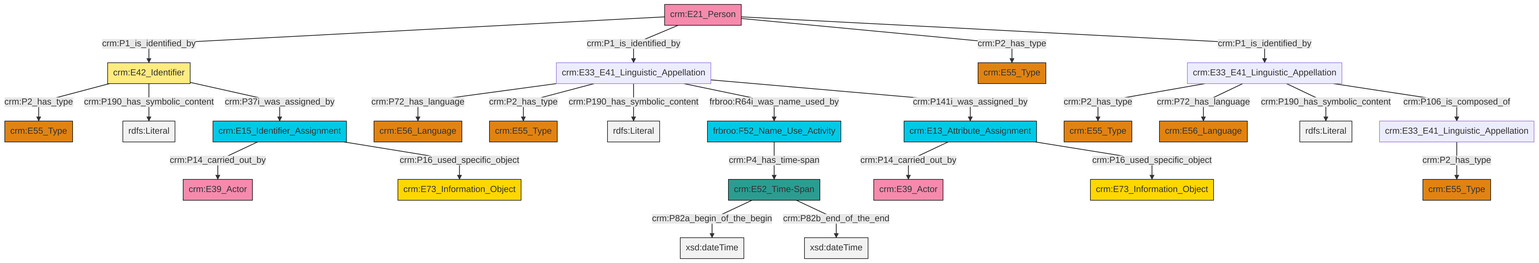
Above: et/personCSV/ttl/mmd/png/Person_Names_and_Classification.png in swiss-art-research-net/docs.swissartresearch (Mermaid), before the change. Its source is kept beside it as et/personCSV/ttl/mmd/Person_Names_and_Classification.ttl.mmd.
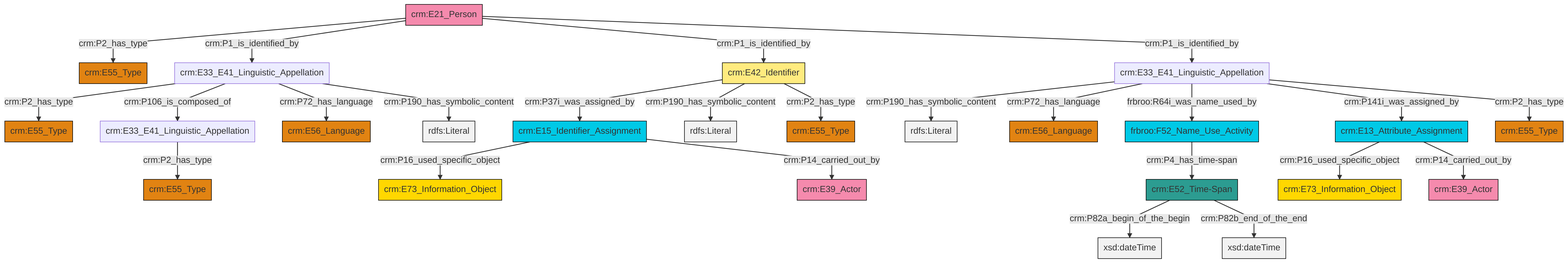
The same diagram one commit later.

Change to the diagram source:
```diff
@@ -13,27 +13,27 @@
 classDef PC_Classes fill:#4ce600, stroke:#000000;
 classDef Multi fill:#cccccc,stroke:#000000;
 
-4["crm:E15_Identifier_Assignment"]:::Temporal_Entity -->|crm:P14_carried_out_by| 5["crm:E39_Actor"]:::Actor
-6["crm:E52_Time-Span"]:::Time-Span -->|crm:P82a_begin_of_the_begin| 7[xsd:dateTime]:::Literal
-2["crm:E33_E41_Linguistic_Appellation"]:::Default -->|crm:P72_has_language| 9["crm:E56_Language"]:::Type
-11["crm:E21_Person"]:::Actor -->|crm:P1_is_identified_by| 12["crm:E42_Identifier"]:::Appellation
-2["crm:E33_E41_Linguistic_Appellation"]:::Default -->|crm:P2_has_type| 15["crm:E55_Type"]:::Type
-0["frbroo:F52_Name_Use_Activity"]:::Temporal_Entity -->|crm:P4_has_time-span| 6["crm:E52_Time-Span"]:::Time-Span
-11["crm:E21_Person"]:::Actor -->|crm:P1_is_identified_by| 2["crm:E33_E41_Linguistic_Appellation"]:::Default
-22["crm:E33_E41_Linguistic_Appellation"]:::Default -->|crm:P2_has_type| 13["crm:E55_Type"]:::Type
-12["crm:E42_Identifier"]:::Appellation -->|crm:P2_has_type| 23["crm:E55_Type"]:::Type
-11["crm:E21_Person"]:::Actor -->|crm:P2_has_type| 24["crm:E55_Type"]:::Type
-6["crm:E52_Time-Span"]:::Time-Span -->|crm:P82b_end_of_the_end| 27[xsd:dateTime]:::Literal
-11["crm:E21_Person"]:::Actor -->|crm:P1_is_identified_by| 22["crm:E33_E41_Linguistic_Appellation"]:::Default
-30["crm:E33_E41_Linguistic_Appellation"]:::Default -->|crm:P2_has_type| 17["crm:E55_Type"]:::Type
-12["crm:E42_Identifier"]:::Appellation -->|crm:P190_has_symbolic_content| 34[rdfs:Literal]:::Literal
-2["crm:E33_E41_Linguistic_Appellation"]:::Default -->|crm:P190_has_symbolic_content| 39[rdfs:Literal]:::Literal
-32["crm:E13_Attribute_Assignment"]:::Temporal_Entity -->|crm:P14_carried_out_by| 20["crm:E39_Actor"]:::Actor
-22["crm:E33_E41_Linguistic_Appellation"]:::Default -->|crm:P72_has_language| 25["crm:E56_Language"]:::Type
-2["crm:E33_E41_Linguistic_Appellation"]:::Default -->|frbroo:R64i_was_name_used_by| 0["frbroo:F52_Name_Use_Activity"]:::Temporal_Entity
-12["crm:E42_Identifier"]:::Appellation -->|crm:P37i_was_assigned_by| 4["crm:E15_Identifier_Assignment"]:::Temporal_Entity
-22["crm:E33_E41_Linguistic_Appellation"]:::Default -->|crm:P190_has_symbolic_content| 44[rdfs:Literal]:::Literal
-2["crm:E33_E41_Linguistic_Appellation"]:::Default -->|crm:P141i_was_assigned_by| 32["crm:E13_Attribute_Assignment"]:::Temporal_Entity
-4["crm:E15_Identifier_Assignment"]:::Temporal_Entity -->|crm:P16_used_specific_object| 45["crm:E73_Information_Object"]:::Conceptual_Object
-22["crm:E33_E41_Linguistic_Appellation"]:::Default -->|crm:P106_is_composed_of| 30["crm:E33_E41_Linguistic_Appellation"]:::Default
-32["crm:E13_Attribute_Assignment"]:::Temporal_Entity -->|crm:P16_used_specific_object| 36["crm:E73_Information_Object"]:::Conceptual_Object
+4["crm:E42_Identifier"]:::Appellation -->|crm:P37i_was_assigned_by| 5["crm:E15_Identifier_Assignment"]:::Temporal_Entity
+10["crm:E33_E41_Linguistic_Appellation"]:::Default -->|crm:P190_has_symbolic_content| 11[rdfs:Literal]:::Literal
+5["crm:E15_Identifier_Assignment"]:::Temporal_Entity -->|crm:P16_used_specific_object| 12["crm:E73_Information_Object"]:::Conceptual_Object
+13["frbroo:F52_Name_Use_Activity"]:::Temporal_Entity -->|crm:P4_has_time-span| 8["crm:E52_Time-Span"]:::Time-Span
+8["crm:E52_Time-Span"]:::Time-Span -->|crm:P82a_begin_of_the_begin| 14[xsd:dateTime]:::Literal
+15["crm:E33_E41_Linguistic_Appellation"]:::Default -->|crm:P2_has_type| 19["crm:E55_Type"]:::Type
+10["crm:E33_E41_Linguistic_Appellation"]:::Default -->|crm:P72_has_language| 6["crm:E56_Language"]:::Type
+4["crm:E42_Identifier"]:::Appellation -->|crm:P190_has_symbolic_content| 26[rdfs:Literal]:::Literal
+27["crm:E33_E41_Linguistic_Appellation"]:::Default -->|crm:P2_has_type| 20["crm:E55_Type"]:::Type
+5["crm:E15_Identifier_Assignment"]:::Temporal_Entity -->|crm:P14_carried_out_by| 17["crm:E39_Actor"]:::Actor
+27["crm:E33_E41_Linguistic_Appellation"]:::Default -->|crm:P106_is_composed_of| 15["crm:E33_E41_Linguistic_Appellation"]:::Default
+34["crm:E21_Person"]:::Actor -->|crm:P2_has_type| 36["crm:E55_Type"]:::Type
+27["crm:E33_E41_Linguistic_Appellation"]:::Default -->|crm:P72_has_language| 37["crm:E56_Language"]:::Type
+10["crm:E33_E41_Linguistic_Appellation"]:::Default -->|frbroo:R64i_was_name_used_by| 13["frbroo:F52_Name_Use_Activity"]:::Temporal_Entity
+4["crm:E42_Identifier"]:::Appellation -->|crm:P2_has_type| 38["crm:E55_Type"]:::Type
+32["crm:E13_Attribute_Assignment"]:::Temporal_Entity -->|crm:P16_used_specific_object| 23["crm:E73_Information_Object"]:::Conceptual_Object
+32["crm:E13_Attribute_Assignment"]:::Temporal_Entity -->|crm:P14_carried_out_by| 0["crm:E39_Actor"]:::Actor
+10["crm:E33_E41_Linguistic_Appellation"]:::Default -->|crm:P141i_was_assigned_by| 32["crm:E13_Attribute_Assignment"]:::Temporal_Entity
+34["crm:E21_Person"]:::Actor -->|crm:P1_is_identified_by| 27["crm:E33_E41_Linguistic_Appellation"]:::Default
+8["crm:E52_Time-Span"]:::Time-Span -->|crm:P82b_end_of_the_end| 44[xsd:dateTime]:::Literal
+34["crm:E21_Person"]:::Actor -->|crm:P1_is_identified_by| 4["crm:E42_Identifier"]:::Appellation
+10["crm:E33_E41_Linguistic_Appellation"]:::Default -->|crm:P2_has_type| 2["crm:E55_Type"]:::Type
+27["crm:E33_E41_Linguistic_Appellation"]:::Default -->|crm:P190_has_symbolic_content| 46[rdfs:Literal]:::Literal
+34["crm:E21_Person"]:::Actor -->|crm:P1_is_identified_by| 10["crm:E33_E41_Linguistic_Appellation"]:::Default
```
